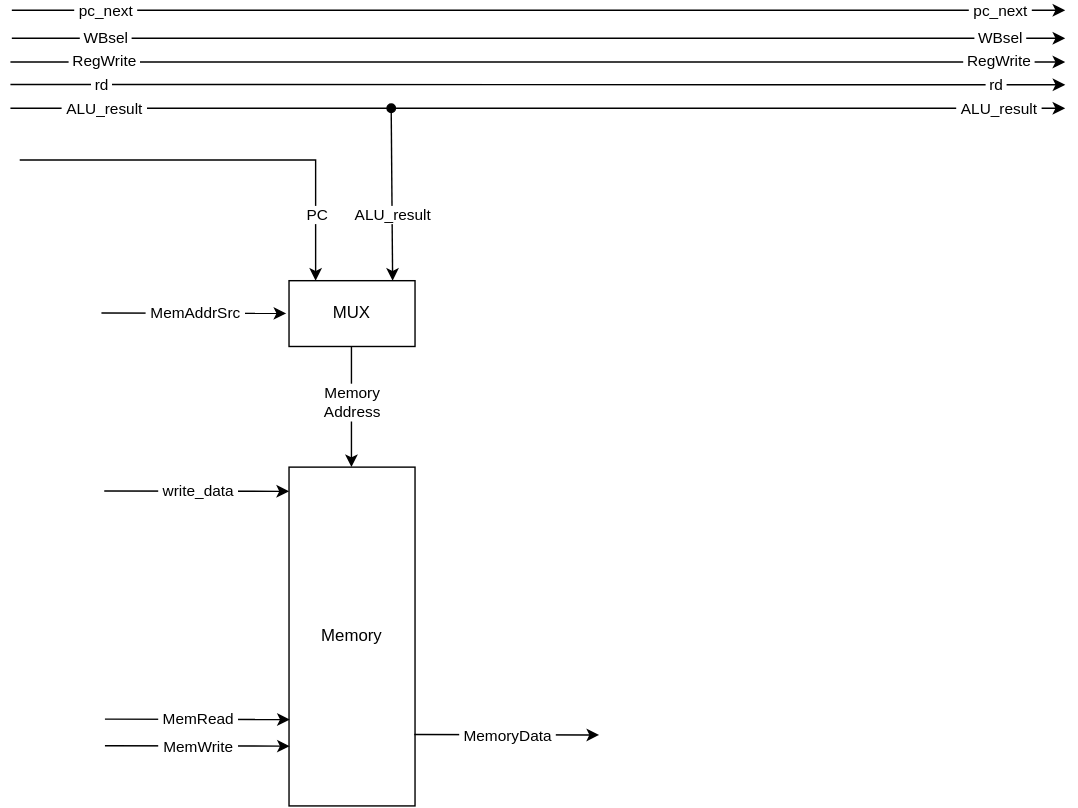
Before: img/MEM.svg, a diagram exported from draw.io (Dmitry-itmo/Scheme-RISC). Source tidied: cells renumbered, new cells last; positions are measured from the earlier drawing's top-left corner, leaving out a move shared by most shapes.
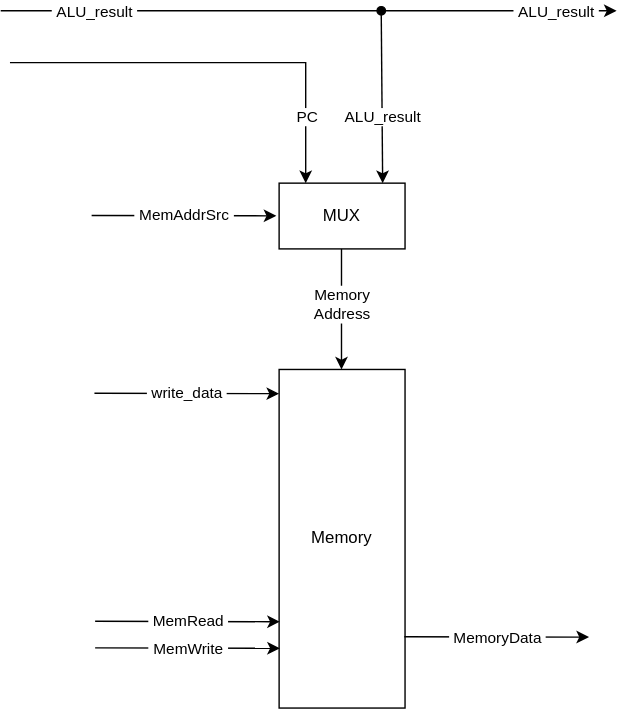
Above is the later version.

Change to the diagram source:
```diff
@@ -4,73 +4,9 @@
     <mxCell id="1" parent="0" />
     <mxCell id="2" style="endArrow=classic;html=1;rounded=0;curved=0;exitX=1;exitY=0.5;exitDx=0;exitDy=0;" parent="1" edge="1" source="18">
       <mxGeometry relative="1" as="geometry">
-        <mxPoint x="753.4" y="70" as="targetPoint" />
+        <mxPoint x="440.2" y="70" as="targetPoint" />
       </mxGeometry>
     </mxCell>
-    <mxCell id="3" style="endArrow=classic;html=1;rounded=0;curved=0;" parent="1" edge="1">
-      <mxGeometry relative="1" as="geometry">
-        <mxPoint y="53" as="sourcePoint" />
-        <mxPoint x="753.5" y="53.2" as="targetPoint" />
-      </mxGeometry>
-    </mxCell>
-    <mxCell id="4" value="&amp;nbsp;rd&amp;nbsp;" style="edgeLabel;html=1;align=center;verticalAlign=middle;rounded=0;" parent="3" vertex="1">
-      <mxGeometry x="-0.87" relative="1" as="geometry">
-        <mxPoint x="15" as="offset" />
-      </mxGeometry>
-    </mxCell>
-    <mxCell id="5" value="&amp;nbsp;rd&amp;nbsp;" style="edgeLabel;html=1;align=center;verticalAlign=middle;rounded=0;" parent="3" vertex="1">
-      <mxGeometry x="-0.87" relative="1" as="geometry">
-        <mxPoint x="654" as="offset" />
-      </mxGeometry>
-    </mxCell>
-    <mxCell id="6" style="endArrow=classic;html=1;rounded=0;curved=0;" parent="1" edge="1">
-      <mxGeometry relative="1" as="geometry">
-        <mxPoint x="1" y="20" as="sourcePoint" />
-        <mxPoint x="753.4" y="20" as="targetPoint" />
-      </mxGeometry>
-    </mxCell>
-    <mxCell id="7" value="&amp;nbsp;WBsel&amp;nbsp;" style="edgeLabel;html=1;align=center;verticalAlign=middle;rounded=0;" parent="6" vertex="1">
-      <mxGeometry x="-0.87" relative="1" as="geometry">
-        <mxPoint x="17" as="offset" />
-      </mxGeometry>
-    </mxCell>
-    <mxCell id="8" value="&amp;nbsp;WBsel&amp;nbsp;" style="edgeLabel;html=1;align=center;verticalAlign=middle;rounded=0;" parent="6" vertex="1">
-      <mxGeometry x="-0.87" relative="1" as="geometry">
-        <mxPoint x="656" as="offset" />
-      </mxGeometry>
-    </mxCell>
-    <mxCell id="9" style="endArrow=classic;html=1;rounded=0;curved=0;" parent="1" edge="1">
-      <mxGeometry relative="1" as="geometry">
-        <mxPoint y="37" as="sourcePoint" />
-        <mxPoint x="753.4" y="37" as="targetPoint" />
-      </mxGeometry>
-    </mxCell>
-    <mxCell id="10" value="&amp;nbsp;RegWrite&amp;nbsp;" style="edgeLabel;html=1;align=center;verticalAlign=middle;rounded=0;" parent="9" vertex="1">
-      <mxGeometry x="-0.87" relative="1" as="geometry">
-        <mxPoint x="17" y="-1" as="offset" />
-      </mxGeometry>
-    </mxCell>
-    <mxCell id="11" value="&amp;nbsp;RegWrite&amp;nbsp;" style="edgeLabel;html=1;align=center;verticalAlign=middle;rounded=0;" parent="9" vertex="1">
-      <mxGeometry x="-0.87" relative="1" as="geometry">
-        <mxPoint x="656" y="-1" as="offset" />
-      </mxGeometry>
-    </mxCell>
-    <mxCell id="12" style="endArrow=classic;html=1;rounded=0;curved=0;exitX=1.001;exitY=0.134;exitDx=0;exitDy=0;exitPerimeter=0;" parent="1" edge="1">
-      <mxGeometry relative="1" as="geometry">
-        <mxPoint x="1" as="sourcePoint" />
-        <mxPoint x="753.4" as="targetPoint" />
-      </mxGeometry>
-    </mxCell>
-    <mxCell id="13" value="&amp;nbsp;pc_next&amp;nbsp;" style="edgeLabel;html=1;align=center;verticalAlign=middle;rounded=0;" parent="12" vertex="1">
-      <mxGeometry x="-0.87" relative="1" as="geometry">
-        <mxPoint x="17" as="offset" />
-      </mxGeometry>
-    </mxCell>
-    <mxCell id="14" value="&amp;nbsp;pc_next&amp;nbsp;" style="edgeLabel;html=1;align=center;verticalAlign=middle;rounded=0;" parent="12" vertex="1">
-      <mxGeometry x="-0.87" relative="1" as="geometry">
-        <mxPoint x="656" as="offset" />
-      </mxGeometry>
-    </mxCell>
     <mxCell id="15" style="endArrow=none;html=1;rounded=0;curved=0;exitX=1.001;exitY=0.134;exitDx=0;exitDy=0;exitPerimeter=0;endFill=0;" parent="1" edge="1" target="18">
       <mxGeometry relative="1" as="geometry">
         <mxPoint y="70" as="sourcePoint" />
@@ -83,7 +19,7 @@
     </mxCell>
     <mxCell id="17" value="&amp;nbsp;ALU_result&amp;nbsp;" style="edgeLabel;html=1;align=center;verticalAlign=middle;rounded=0;" parent="15" vertex="1">
       <mxGeometry x="-0.87" relative="1" as="geometry">
-        <mxPoint x="688" as="offset" />
+        <mxPoint x="379" as="offset" />
       </mxGeometry>
     </mxCell>
     <mxCell id="18" style="ellipse;whiteSpace=wrap;html=1;shapeInside=1;fillColor=#000000;" parent="1" vertex="1">
```
